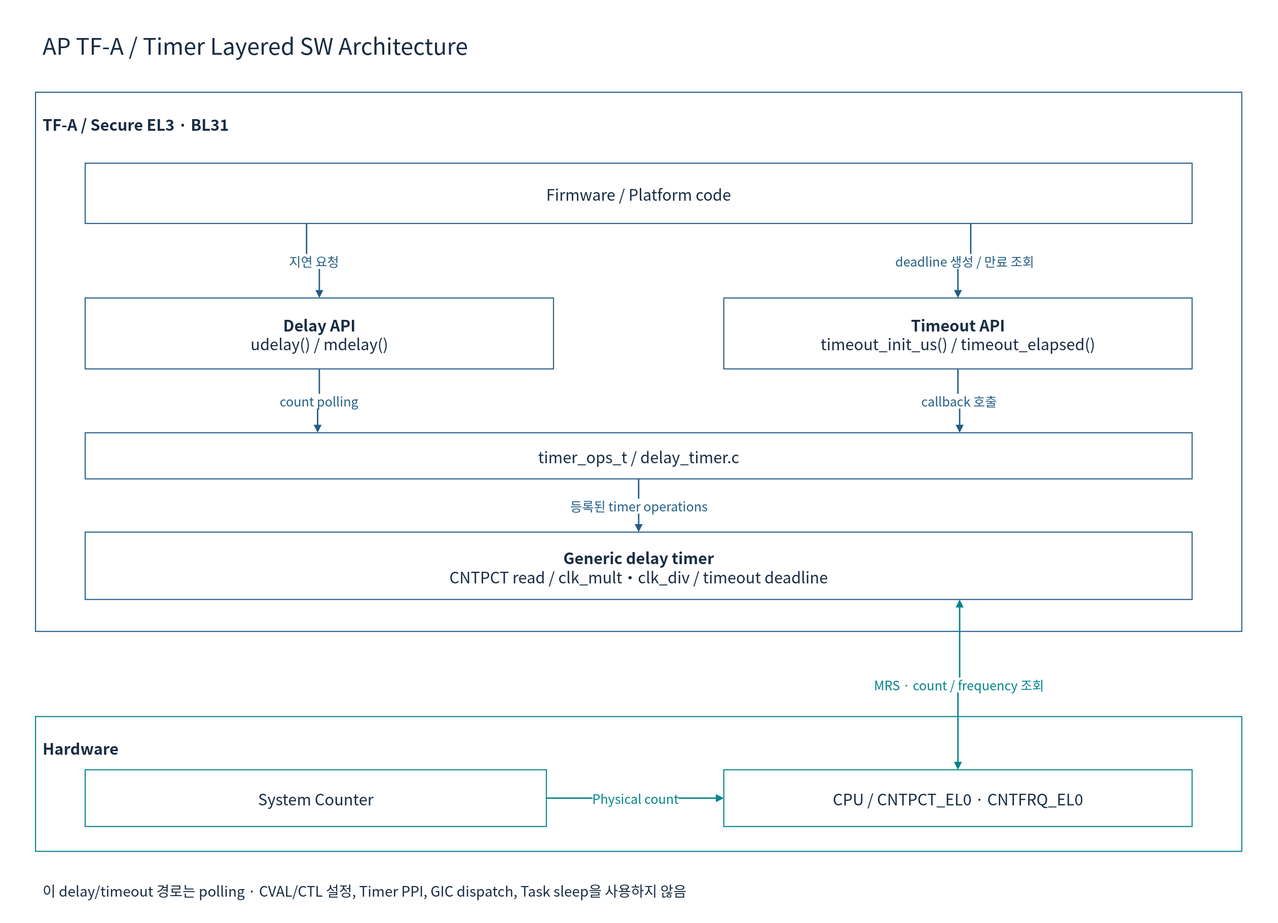
The draw.io diagram doc/phase1/timer/diagrams/08c-tfa-software.drawio.svg in cometzero/project-apollo, before a commit. Source tidied: cells renumbered, new cells last; positions are measured from the earlier drawing's top-left corner, leaving out a move shared by most shapes. Its diagram source:
```xml
<mxGraphModel background="#FFFFFF">
  <root>
    <mxCell id="0" />
    <mxCell id="1" parent="0" />
    <mxCell id="2" style="rounded=0;whiteSpace=wrap;html=1;fillColor=#FFFFFF;strokeColor=none;strokeWidth=1.5;fontColor=#172C43;fontFamily=Noto Sans CJK KR;fontSize=22;spacing=10;" parent="1" vertex="1">
      <mxGeometry width="1800" height="1300" as="geometry" />
    </mxCell>
    <mxCell id="3" value="AP TF-A / Timer Layered SW Architecture" style="rounded=0;whiteSpace=wrap;html=1;fillColor=#FFFFFF;strokeColor=none;strokeWidth=1.5;fontColor=#172C43;fontFamily=Noto Sans CJK KR;fontSize=22;spacing=10;fontSize=32;align=left;" parent="1" vertex="1">
      <mxGeometry x="50" y="30" width="1700" height="65" as="geometry" />
    </mxCell>
    <mxCell id="4" value="TF-A / Secure EL3 · BL31" style="rounded=0;whiteSpace=wrap;html=1;fillColor=#FFFFFF;strokeColor=#235D86;strokeWidth=1.5;fontColor=#172C43;fontFamily=Noto Sans CJK KR;fontSize=22;spacing=10;verticalAlign=top;fontStyle=1;spacingTop=16;align=left;" parent="1" vertex="1">
      <mxGeometry x="50" y="130" width="1700" height="760" as="geometry" />
    </mxCell>
    <mxCell id="5" value="Firmware / Platform code" style="rounded=0;whiteSpace=wrap;html=1;fillColor=#FFFFFF;strokeColor=#235D86;strokeWidth=1.5;fontColor=#172C43;fontFamily=Noto Sans CJK KR;fontSize=22;spacing=10;" parent="4" vertex="1">
      <mxGeometry x="70" y="100" width="1560" height="85" as="geometry" />
    </mxCell>
    <mxCell id="6" value="&lt;b&gt;Delay API&lt;/b&gt;&lt;br&gt;udelay() / mdelay()" style="rounded=0;whiteSpace=wrap;html=1;fillColor=#FFFFFF;strokeColor=#235D86;strokeWidth=1.5;fontColor=#172C43;fontFamily=Noto Sans CJK KR;fontSize=22;spacing=10;" parent="4" vertex="1">
      <mxGeometry x="70" y="290" width="660" height="100" as="geometry" />
    </mxCell>
    <mxCell id="7" value="&lt;b&gt;Timeout API&lt;/b&gt;&lt;br&gt;timeout_init_us() / timeout_elapsed()" style="rounded=0;whiteSpace=wrap;html=1;fillColor=#FFFFFF;strokeColor=#235D86;strokeWidth=1.5;fontColor=#172C43;fontFamily=Noto Sans CJK KR;fontSize=22;spacing=10;" parent="4" vertex="1">
      <mxGeometry x="970" y="290" width="660" height="100" as="geometry" />
    </mxCell>
    <mxCell id="8" value="timer_ops_t / delay_timer.c" style="rounded=0;whiteSpace=wrap;html=1;fillColor=#FFFFFF;strokeColor=#235D86;strokeWidth=1.5;fontColor=#172C43;fontFamily=Noto Sans CJK KR;fontSize=22;spacing=10;" parent="4" vertex="1">
      <mxGeometry x="70" y="480" width="1560" height="65" as="geometry" />
    </mxCell>
    <mxCell id="9" value="&lt;b&gt;Generic delay timer&lt;/b&gt;&lt;br&gt;CNTPCT read / clk_mult・clk_div / timeout deadline" style="rounded=0;whiteSpace=wrap;html=1;fillColor=#FFFFFF;strokeColor=#235D86;strokeWidth=1.5;fontColor=#172C43;fontFamily=Noto Sans CJK KR;fontSize=22;spacing=10;" parent="4" vertex="1">
      <mxGeometry x="70" y="620" width="1560" height="95" as="geometry" />
    </mxCell>
    <mxCell id="10" value="지연 요청" style="edgeStyle=orthogonalEdgeStyle;rounded=0;html=1;endArrow=block;endFill=1;strokeWidth=2;strokeColor=#235D86;fontColor=#235D86;fontFamily=Noto Sans CJK KR;fontSize=18;labelBackgroundColor=#FFFFFF;exitX=0.2;exitY=1;entryX=0.5;entryY=0;" parent="1" edge="1" source="5" target="6">
      <mxGeometry relative="1" as="geometry" />
    </mxCell>
    <mxCell id="11" value="deadline 생성 / 만료 조회" style="edgeStyle=orthogonalEdgeStyle;rounded=0;html=1;endArrow=block;endFill=1;strokeWidth=2;strokeColor=#235D86;fontColor=#235D86;fontFamily=Noto Sans CJK KR;fontSize=18;labelBackgroundColor=#FFFFFF;exitX=0.8;exitY=1;entryX=0.5;entryY=0;" parent="1" edge="1" source="5" target="7">
      <mxGeometry relative="1" as="geometry" />
    </mxCell>
    <mxCell id="12" value="count polling" style="edgeStyle=orthogonalEdgeStyle;rounded=0;html=1;endArrow=block;endFill=1;strokeWidth=2;strokeColor=#235D86;fontColor=#235D86;fontFamily=Noto Sans CJK KR;fontSize=18;labelBackgroundColor=#FFFFFF;exitX=0.5;exitY=1;entryX=0.21;entryY=0;" parent="1" edge="1" source="6" target="8">
      <mxGeometry relative="1" as="geometry" />
    </mxCell>
    <mxCell id="13" value="callback 호출" style="edgeStyle=orthogonalEdgeStyle;rounded=0;html=1;endArrow=block;endFill=1;strokeWidth=2;strokeColor=#235D86;fontColor=#235D86;fontFamily=Noto Sans CJK KR;fontSize=18;labelBackgroundColor=#FFFFFF;exitX=0.5;exitY=1;entryX=0.79;entryY=0;" parent="1" edge="1" source="7" target="8">
      <mxGeometry relative="1" as="geometry" />
    </mxCell>
    <mxCell id="14" value="등록된 timer operations" style="edgeStyle=orthogonalEdgeStyle;rounded=0;html=1;endArrow=block;endFill=1;strokeWidth=2;strokeColor=#235D86;fontColor=#235D86;fontFamily=Noto Sans CJK KR;fontSize=18;labelBackgroundColor=#FFFFFF;exitX=0.5;exitY=1;entryX=0.5;entryY=0;" parent="1" edge="1" source="8" target="9">
      <mxGeometry relative="1" as="geometry" />
    </mxCell>
    <mxCell id="15" value="Hardware" style="rounded=0;whiteSpace=wrap;html=1;fillColor=#FFFFFF;strokeColor=#00838A;strokeWidth=1.5;fontColor=#172C43;fontFamily=Noto Sans CJK KR;fontSize=22;spacing=10;verticalAlign=top;fontStyle=1;spacingTop=16;align=left;" parent="1" vertex="1">
      <mxGeometry x="50" y="1010" width="1700" height="190" as="geometry" />
    </mxCell>
    <mxCell id="16" value="System Counter" style="rounded=0;whiteSpace=wrap;html=1;fillColor=#FFFFFF;strokeColor=#00838A;strokeWidth=1.5;fontColor=#172C43;fontFamily=Noto Sans CJK KR;fontSize=22;spacing=10;" parent="15" vertex="1">
      <mxGeometry x="70" y="75" width="650" height="80" as="geometry" />
    </mxCell>
    <mxCell id="17" value="CPU / CNTPCT_EL0 · CNTFRQ_EL0" style="rounded=0;whiteSpace=wrap;html=1;fillColor=#FFFFFF;strokeColor=#00838A;strokeWidth=1.5;fontColor=#172C43;fontFamily=Noto Sans CJK KR;fontSize=22;spacing=10;" parent="15" vertex="1">
      <mxGeometry x="970" y="75" width="660" height="80" as="geometry" />
    </mxCell>
    <mxCell id="18" value="MRS · count / frequency 조회" style="edgeStyle=orthogonalEdgeStyle;rounded=0;html=1;endArrow=block;endFill=1;strokeWidth=2;strokeColor=#00838A;fontColor=#00838A;fontFamily=Noto Sans CJK KR;fontSize=18;labelBackgroundColor=#FFFFFF;exitX=0.79;exitY=1;entryX=0.5;entryY=0;startArrow=block;startFill=1;" parent="1" edge="1" source="9" target="17">
      <mxGeometry relative="1" as="geometry" />
    </mxCell>
    <mxCell id="19" value="Physical count" style="edgeStyle=orthogonalEdgeStyle;rounded=0;html=1;endArrow=block;endFill=1;strokeWidth=2;strokeColor=#00838A;fontColor=#00838A;fontFamily=Noto Sans CJK KR;fontSize=18;labelBackgroundColor=#FFFFFF;exitX=1;exitY=0.5;entryX=0;entryY=0.5;" parent="1" edge="1" source="16" target="17">
      <mxGeometry relative="1" as="geometry" />
    </mxCell>
    <mxCell id="20" value="이 delay/timeout 경로는 polling · CVAL/CTL 설정, Timer PPI, GIC dispatch, Task sleep을 사용하지 않음" style="rounded=0;whiteSpace=wrap;html=1;fillColor=#FFFFFF;strokeColor=none;strokeWidth=1.5;fontColor=#172C43;fontFamily=Noto Sans CJK KR;fontSize=22;spacing=10;fontSize=20;align=left;" parent="1" vertex="1">
      <mxGeometry x="50" y="1230" width="1700" height="50" as="geometry" />
    </mxCell>
  </root>
</mxGraphModel>
```
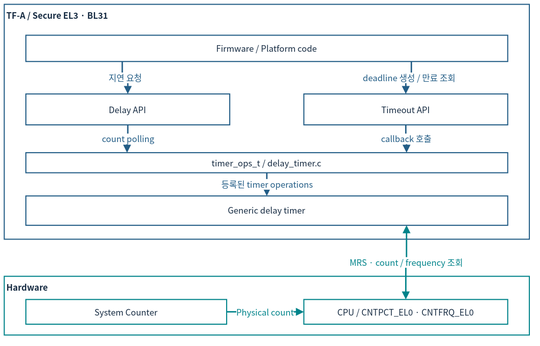
After the change.

The edit, as a diff of the source:
```diff
@@ -2,62 +2,53 @@
   <root>
     <mxCell id="0" />
     <mxCell id="1" parent="0" />
-    <mxCell id="2" style="rounded=0;whiteSpace=wrap;html=1;fillColor=#FFFFFF;strokeColor=none;strokeWidth=1.5;fontColor=#172C43;fontFamily=Noto Sans CJK KR;fontSize=22;spacing=10;" parent="1" vertex="1">
-      <mxGeometry width="1800" height="1300" as="geometry" />
-    </mxCell>
-    <mxCell id="3" value="AP TF-A / Timer Layered SW Architecture" style="rounded=0;whiteSpace=wrap;html=1;fillColor=#FFFFFF;strokeColor=none;strokeWidth=1.5;fontColor=#172C43;fontFamily=Noto Sans CJK KR;fontSize=22;spacing=10;fontSize=32;align=left;" parent="1" vertex="1">
-      <mxGeometry x="50" y="30" width="1700" height="65" as="geometry" />
-    </mxCell>
-    <mxCell id="4" value="TF-A / Secure EL3 · BL31" style="rounded=0;whiteSpace=wrap;html=1;fillColor=#FFFFFF;strokeColor=#235D86;strokeWidth=1.5;fontColor=#172C43;fontFamily=Noto Sans CJK KR;fontSize=22;spacing=10;verticalAlign=top;fontStyle=1;spacingTop=16;align=left;" parent="1" vertex="1">
-      <mxGeometry x="50" y="130" width="1700" height="760" as="geometry" />
+    <mxCell id="4" value="TF-A / Secure EL3 · BL31" style="rounded=0;whiteSpace=wrap;html=1;fillColor=#FFFFFF;strokeColor=#235D86;strokeWidth=1.5;fontColor=#172C43;fontFamily=Noto Sans CJK KR;verticalAlign=top;fontStyle=1;align=left;fontSize=12;spacing=3;whiteSpace=wrap;" parent="1" vertex="1">
+      <mxGeometry x="12" y="35.9" width="740" height="330.8" as="geometry" />
     </mxCell>
-    <mxCell id="5" value="Firmware / Platform code" style="rounded=0;whiteSpace=wrap;html=1;fillColor=#FFFFFF;strokeColor=#235D86;strokeWidth=1.5;fontColor=#172C43;fontFamily=Noto Sans CJK KR;fontSize=22;spacing=10;" parent="4" vertex="1">
-      <mxGeometry x="70" y="100" width="1560" height="85" as="geometry" />
+    <mxCell id="5" value="Firmware / Platform code" style="rounded=0;whiteSpace=wrap;html=1;fillColor=#FFFFFF;strokeColor=#235D86;strokeWidth=1.5;fontColor=#172C43;fontFamily=Noto Sans CJK KR;fontSize=12;spacing=3;whiteSpace=wrap;" parent="4" vertex="1">
+      <mxGeometry x="30.5" y="43.5" width="679.1" height="37" as="geometry" />
     </mxCell>
-    <mxCell id="6" value="&lt;b&gt;Delay API&lt;/b&gt;&lt;br&gt;udelay() / mdelay()" style="rounded=0;whiteSpace=wrap;html=1;fillColor=#FFFFFF;strokeColor=#235D86;strokeWidth=1.5;fontColor=#172C43;fontFamily=Noto Sans CJK KR;fontSize=22;spacing=10;" parent="4" vertex="1">
-      <mxGeometry x="70" y="290" width="660" height="100" as="geometry" />
+    <mxCell id="6" value="Delay API" style="rounded=0;whiteSpace=wrap;html=1;fillColor=#FFFFFF;strokeColor=#235D86;strokeWidth=1.5;fontColor=#172C43;fontFamily=Noto Sans CJK KR;fontSize=12;spacing=3;whiteSpace=wrap;" parent="4" vertex="1">
+      <mxGeometry x="30.5" y="126.2" width="287.3" height="43.5" as="geometry" />
     </mxCell>
-    <mxCell id="7" value="&lt;b&gt;Timeout API&lt;/b&gt;&lt;br&gt;timeout_init_us() / timeout_elapsed()" style="rounded=0;whiteSpace=wrap;html=1;fillColor=#FFFFFF;strokeColor=#235D86;strokeWidth=1.5;fontColor=#172C43;fontFamily=Noto Sans CJK KR;fontSize=22;spacing=10;" parent="4" vertex="1">
-      <mxGeometry x="970" y="290" width="660" height="100" as="geometry" />
+    <mxCell id="7" value="Timeout API" style="rounded=0;whiteSpace=wrap;html=1;fillColor=#FFFFFF;strokeColor=#235D86;strokeWidth=1.5;fontColor=#172C43;fontFamily=Noto Sans CJK KR;fontSize=12;spacing=3;whiteSpace=wrap;" parent="4" vertex="1">
+      <mxGeometry x="422.2" y="126.2" width="287.3" height="43.5" as="geometry" />
     </mxCell>
-    <mxCell id="8" value="timer_ops_t / delay_timer.c" style="rounded=0;whiteSpace=wrap;html=1;fillColor=#FFFFFF;strokeColor=#235D86;strokeWidth=1.5;fontColor=#172C43;fontFamily=Noto Sans CJK KR;fontSize=22;spacing=10;" parent="4" vertex="1">
-      <mxGeometry x="70" y="480" width="1560" height="65" as="geometry" />
+    <mxCell id="8" value="timer_ops_t / delay_timer.c" style="rounded=0;whiteSpace=wrap;html=1;fillColor=#FFFFFF;strokeColor=#235D86;strokeWidth=1.5;fontColor=#172C43;fontFamily=Noto Sans CJK KR;fontSize=12;spacing=3;whiteSpace=wrap;" parent="4" vertex="1">
+      <mxGeometry x="30.5" y="208.9" width="679.1" height="28.3" as="geometry" />
     </mxCell>
-    <mxCell id="9" value="&lt;b&gt;Generic delay timer&lt;/b&gt;&lt;br&gt;CNTPCT read / clk_mult・clk_div / timeout deadline" style="rounded=0;whiteSpace=wrap;html=1;fillColor=#FFFFFF;strokeColor=#235D86;strokeWidth=1.5;fontColor=#172C43;fontFamily=Noto Sans CJK KR;fontSize=22;spacing=10;" parent="4" vertex="1">
-      <mxGeometry x="70" y="620" width="1560" height="95" as="geometry" />
+    <mxCell id="9" value="Generic delay timer" style="rounded=0;whiteSpace=wrap;html=1;fillColor=#FFFFFF;strokeColor=#235D86;strokeWidth=1.5;fontColor=#172C43;fontFamily=Noto Sans CJK KR;fontSize=12;spacing=3;whiteSpace=wrap;" parent="4" vertex="1">
+      <mxGeometry x="30.5" y="269.9" width="679.1" height="41.4" as="geometry" />
     </mxCell>
-    <mxCell id="10" value="지연 요청" style="edgeStyle=orthogonalEdgeStyle;rounded=0;html=1;endArrow=block;endFill=1;strokeWidth=2;strokeColor=#235D86;fontColor=#235D86;fontFamily=Noto Sans CJK KR;fontSize=18;labelBackgroundColor=#FFFFFF;exitX=0.2;exitY=1;entryX=0.5;entryY=0;" parent="1" edge="1" source="5" target="6">
+    <mxCell id="10" value="지연 요청" style="edgeStyle=orthogonalEdgeStyle;rounded=0;html=1;endArrow=block;endFill=1;strokeWidth=2;strokeColor=#235D86;fontColor=#235D86;fontFamily=Noto Sans CJK KR;labelBackgroundColor=#FFFFFF;exitX=0.2;exitY=1;entryX=0.5;entryY=0;fontSize=12;spacing=3;whiteSpace=nowrap;" parent="1" edge="1" source="5" target="6">
       <mxGeometry relative="1" as="geometry" />
     </mxCell>
-    <mxCell id="11" value="deadline 생성 / 만료 조회" style="edgeStyle=orthogonalEdgeStyle;rounded=0;html=1;endArrow=block;endFill=1;strokeWidth=2;strokeColor=#235D86;fontColor=#235D86;fontFamily=Noto Sans CJK KR;fontSize=18;labelBackgroundColor=#FFFFFF;exitX=0.8;exitY=1;entryX=0.5;entryY=0;" parent="1" edge="1" source="5" target="7">
+    <mxCell id="11" value="deadline 생성 / 만료 조회" style="edgeStyle=orthogonalEdgeStyle;rounded=0;html=1;endArrow=block;endFill=1;strokeWidth=2;strokeColor=#235D86;fontColor=#235D86;fontFamily=Noto Sans CJK KR;labelBackgroundColor=#FFFFFF;exitX=0.8;exitY=1;entryX=0.5;entryY=0;fontSize=12;spacing=3;whiteSpace=nowrap;" parent="1" edge="1" source="5" target="7">
       <mxGeometry relative="1" as="geometry" />
     </mxCell>
-    <mxCell id="12" value="count polling" style="edgeStyle=orthogonalEdgeStyle;rounded=0;html=1;endArrow=block;endFill=1;strokeWidth=2;strokeColor=#235D86;fontColor=#235D86;fontFamily=Noto Sans CJK KR;fontSize=18;labelBackgroundColor=#FFFFFF;exitX=0.5;exitY=1;entryX=0.21;entryY=0;" parent="1" edge="1" source="6" target="8">
+    <mxCell id="12" value="count polling" style="edgeStyle=orthogonalEdgeStyle;rounded=0;html=1;endArrow=block;endFill=1;strokeWidth=2;strokeColor=#235D86;fontColor=#235D86;fontFamily=Noto Sans CJK KR;labelBackgroundColor=#FFFFFF;exitX=0.5;exitY=1;entryX=0.21;entryY=0;fontSize=12;spacing=3;whiteSpace=nowrap;" parent="1" edge="1" source="6" target="8">
       <mxGeometry relative="1" as="geometry" />
     </mxCell>
-    <mxCell id="13" value="callback 호출" style="edgeStyle=orthogonalEdgeStyle;rounded=0;html=1;endArrow=block;endFill=1;strokeWidth=2;strokeColor=#235D86;fontColor=#235D86;fontFamily=Noto Sans CJK KR;fontSize=18;labelBackgroundColor=#FFFFFF;exitX=0.5;exitY=1;entryX=0.79;entryY=0;" parent="1" edge="1" source="7" target="8">
+    <mxCell id="13" value="callback 호출" style="edgeStyle=orthogonalEdgeStyle;rounded=0;html=1;endArrow=block;endFill=1;strokeWidth=2;strokeColor=#235D86;fontColor=#235D86;fontFamily=Noto Sans CJK KR;labelBackgroundColor=#FFFFFF;exitX=0.5;exitY=1;entryX=0.79;entryY=0;fontSize=12;spacing=3;whiteSpace=nowrap;" parent="1" edge="1" source="7" target="8">
       <mxGeometry relative="1" as="geometry" />
     </mxCell>
-    <mxCell id="14" value="등록된 timer operations" style="edgeStyle=orthogonalEdgeStyle;rounded=0;html=1;endArrow=block;endFill=1;strokeWidth=2;strokeColor=#235D86;fontColor=#235D86;fontFamily=Noto Sans CJK KR;fontSize=18;labelBackgroundColor=#FFFFFF;exitX=0.5;exitY=1;entryX=0.5;entryY=0;" parent="1" edge="1" source="8" target="9">
+    <mxCell id="14" value="등록된 timer operations" style="edgeStyle=orthogonalEdgeStyle;rounded=0;html=1;endArrow=block;endFill=1;strokeWidth=2;strokeColor=#235D86;fontColor=#235D86;fontFamily=Noto Sans CJK KR;labelBackgroundColor=#FFFFFF;exitX=0.5;exitY=1;entryX=0.5;entryY=0;fontSize=12;spacing=3;whiteSpace=nowrap;" parent="1" edge="1" source="8" target="9">
       <mxGeometry relative="1" as="geometry" />
     </mxCell>
-    <mxCell id="15" value="Hardware" style="rounded=0;whiteSpace=wrap;html=1;fillColor=#FFFFFF;strokeColor=#00838A;strokeWidth=1.5;fontColor=#172C43;fontFamily=Noto Sans CJK KR;fontSize=22;spacing=10;verticalAlign=top;fontStyle=1;spacingTop=16;align=left;" parent="1" vertex="1">
-      <mxGeometry x="50" y="1010" width="1700" height="190" as="geometry" />
+    <mxCell id="15" value="Hardware" style="rounded=0;whiteSpace=wrap;html=1;fillColor=#FFFFFF;strokeColor=#00838A;strokeWidth=1.5;fontColor=#172C43;fontFamily=Noto Sans CJK KR;verticalAlign=top;fontStyle=1;align=left;fontSize=12;spacing=3;whiteSpace=wrap;" parent="1" vertex="1">
+      <mxGeometry x="12" y="419" width="740" height="82.7" as="geometry" />
     </mxCell>
-    <mxCell id="16" value="System Counter" style="rounded=0;whiteSpace=wrap;html=1;fillColor=#FFFFFF;strokeColor=#00838A;strokeWidth=1.5;fontColor=#172C43;fontFamily=Noto Sans CJK KR;fontSize=22;spacing=10;" parent="15" vertex="1">
-      <mxGeometry x="70" y="75" width="650" height="80" as="geometry" />
+    <mxCell id="16" value="System Counter" style="rounded=0;whiteSpace=wrap;html=1;fillColor=#FFFFFF;strokeColor=#00838A;strokeWidth=1.5;fontColor=#172C43;fontFamily=Noto Sans CJK KR;fontSize=12;spacing=3;whiteSpace=wrap;" parent="15" vertex="1">
+      <mxGeometry x="30.5" y="32.6" width="282.9" height="34.8" as="geometry" />
     </mxCell>
-    <mxCell id="17" value="CPU / CNTPCT_EL0 · CNTFRQ_EL0" style="rounded=0;whiteSpace=wrap;html=1;fillColor=#FFFFFF;strokeColor=#00838A;strokeWidth=1.5;fontColor=#172C43;fontFamily=Noto Sans CJK KR;fontSize=22;spacing=10;" parent="15" vertex="1">
-      <mxGeometry x="970" y="75" width="660" height="80" as="geometry" />
+    <mxCell id="17" value="CPU / CNTPCT_EL0 · CNTFRQ_EL0" style="rounded=0;whiteSpace=wrap;html=1;fillColor=#FFFFFF;strokeColor=#00838A;strokeWidth=1.5;fontColor=#172C43;fontFamily=Noto Sans CJK KR;fontSize=12;spacing=3;whiteSpace=wrap;" parent="15" vertex="1">
+      <mxGeometry x="422.2" y="32.6" width="287.3" height="34.8" as="geometry" />
     </mxCell>
-    <mxCell id="18" value="MRS · count / frequency 조회" style="edgeStyle=orthogonalEdgeStyle;rounded=0;html=1;endArrow=block;endFill=1;strokeWidth=2;strokeColor=#00838A;fontColor=#00838A;fontFamily=Noto Sans CJK KR;fontSize=18;labelBackgroundColor=#FFFFFF;exitX=0.79;exitY=1;entryX=0.5;entryY=0;startArrow=block;startFill=1;" parent="1" edge="1" source="9" target="17">
+    <mxCell id="18" value="MRS · count / frequency 조회" style="edgeStyle=orthogonalEdgeStyle;rounded=0;html=1;endArrow=block;endFill=1;strokeWidth=2;strokeColor=#00838A;fontColor=#00838A;fontFamily=Noto Sans CJK KR;labelBackgroundColor=#FFFFFF;exitX=0.79;exitY=1;entryX=0.5;entryY=0;startArrow=block;startFill=1;fontSize=12;spacing=3;whiteSpace=nowrap;" parent="1" edge="1" source="9" target="17">
       <mxGeometry relative="1" as="geometry" />
     </mxCell>
-    <mxCell id="19" value="Physical count" style="edgeStyle=orthogonalEdgeStyle;rounded=0;html=1;endArrow=block;endFill=1;strokeWidth=2;strokeColor=#00838A;fontColor=#00838A;fontFamily=Noto Sans CJK KR;fontSize=18;labelBackgroundColor=#FFFFFF;exitX=1;exitY=0.5;entryX=0;entryY=0.5;" parent="1" edge="1" source="16" target="17">
+    <mxCell id="19" value="Physical count" style="edgeStyle=orthogonalEdgeStyle;rounded=0;html=1;endArrow=block;endFill=1;strokeWidth=2;strokeColor=#00838A;fontColor=#00838A;fontFamily=Noto Sans CJK KR;labelBackgroundColor=#FFFFFF;exitX=1;exitY=0.5;entryX=0;entryY=0.5;fontSize=12;spacing=3;whiteSpace=nowrap;" parent="1" edge="1" source="16" target="17">
       <mxGeometry relative="1" as="geometry" />
     </mxCell>
-    <mxCell id="20" value="이 delay/timeout 경로는 polling · CVAL/CTL 설정, Timer PPI, GIC dispatch, Task sleep을 사용하지 않음" style="rounded=0;whiteSpace=wrap;html=1;fillColor=#FFFFFF;strokeColor=none;strokeWidth=1.5;fontColor=#172C43;fontFamily=Noto Sans CJK KR;fontSize=22;spacing=10;fontSize=20;align=left;" parent="1" vertex="1">
-      <mxGeometry x="50" y="1230" width="1700" height="50" as="geometry" />
-    </mxCell>
   </root>
 </mxGraphModel>
```
